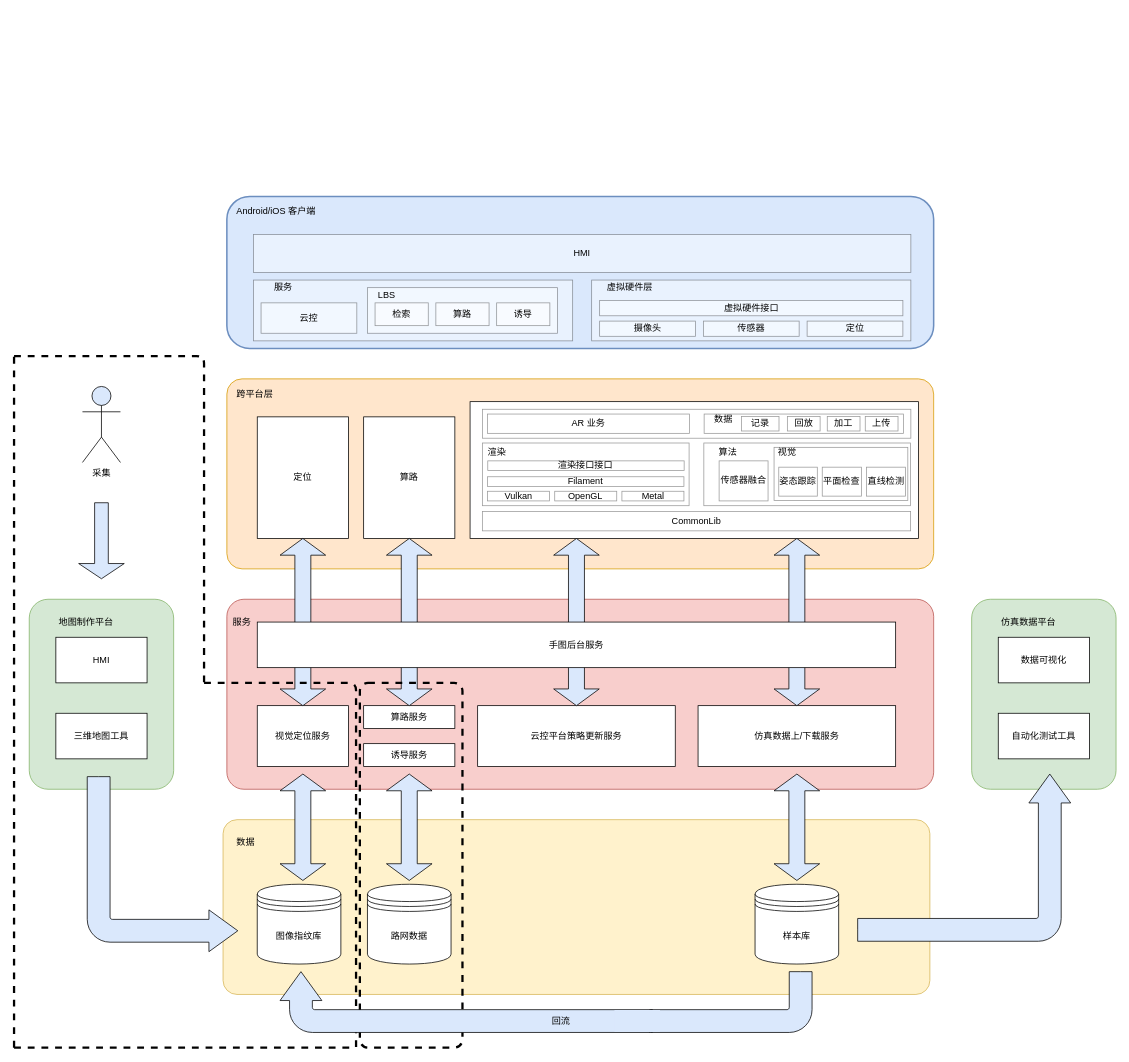
This is page "主框架V2" (2 of 18) of AR 客户端架构.drawio from wangziji/graphics, a draw.io file, before an edit. Source tidied: cells renumbered, new cells numbered last; positions are measured from the earlier drawing's top-left corner, leaving out a move shared by most shapes. Both pictures are drawn from the tidied source at 76%, with x=0, y=0 at pixel (14, 196).
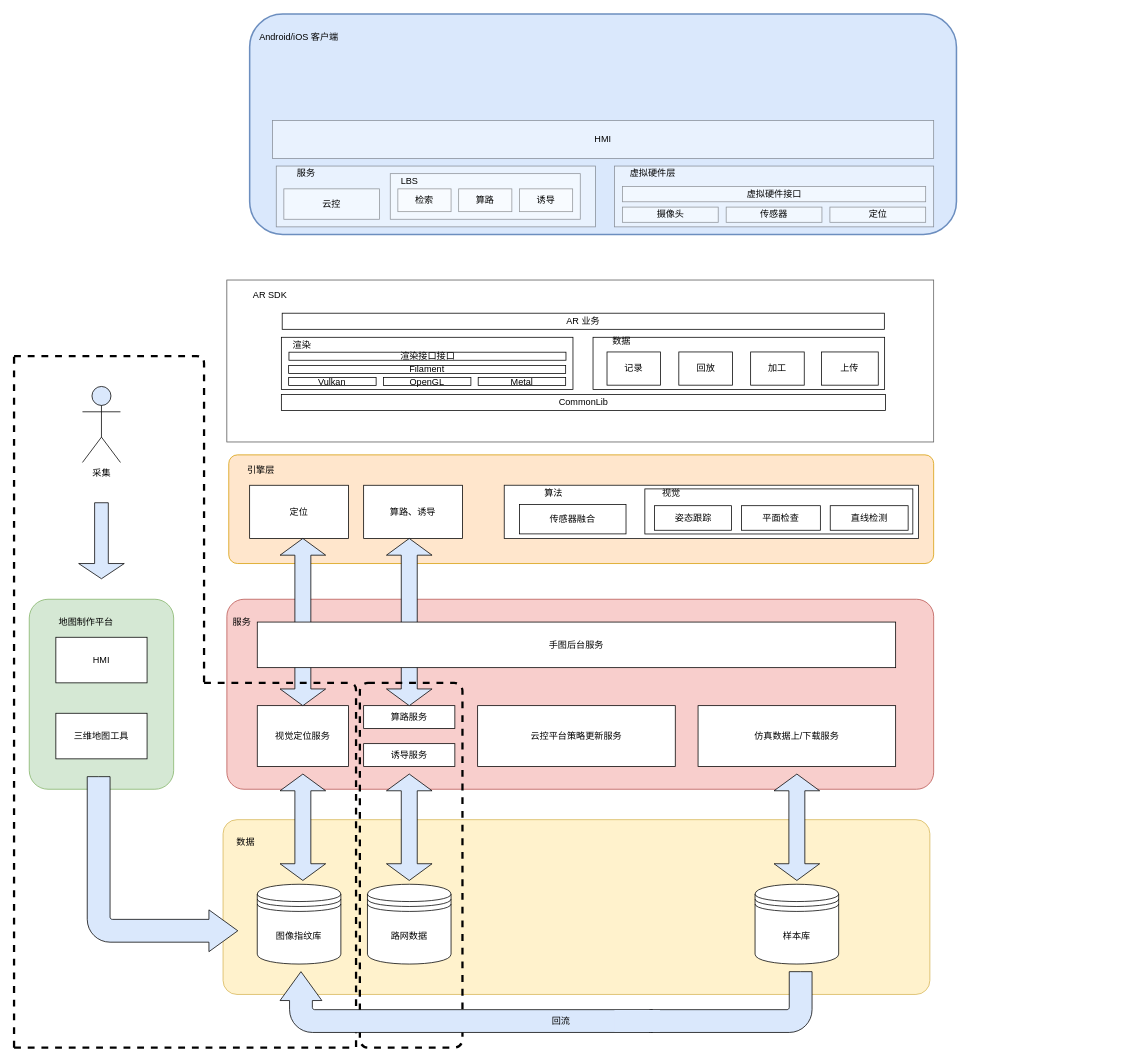
The same page after the edit.

Commit message:
Update AR 客户端架构.drawio

Diff of the diagram source:
```diff
@@
     <mxCell id="2" style="rounded=1;whiteSpace=wrap;html=1;fillColor=#ffe6cc;strokeColor=#d79b00;arcSize=8;" parent="1" vertex="1">
-      <mxGeometry x="280" y="240" width="930" height="250" as="geometry" />
+      <mxGeometry x="282.5" y="340" width="927.5" height="143" as="geometry" />
     </mxCell>
     <mxCell id="3" value="定位" style="rounded=0;whiteSpace=wrap;html=1;" parent="1" vertex="1">
-      <mxGeometry x="320" y="290" width="120" height="160" as="geometry" />
+      <mxGeometry x="310" y="380" width="130" height="70" as="geometry" />
     </mxCell>
-    <mxCell id="4" value="算路" style="rounded=0;whiteSpace=wrap;html=1;" parent="1" vertex="1">
-      <mxGeometry x="460" y="290" width="120" height="160" as="geometry" />
+    <mxCell id="4" value="算路、诱导" style="rounded=0;whiteSpace=wrap;html=1;" parent="1" vertex="1">
+      <mxGeometry x="460" y="380" width="130" height="70" as="geometry" />
     </mxCell>
-    <mxCell id="5" value="跨平台层" style="text;html=1;strokeColor=none;fillColor=none;align=center;verticalAlign=middle;whiteSpace=wrap;rounded=0;" parent="1" vertex="1">
-      <mxGeometry x="284" y="250" width="66" height="20" as="geometry" />
+    <mxCell id="5" value="引擎层" style="text;html=1;strokeColor=none;fillColor=none;align=center;verticalAlign=middle;whiteSpace=wrap;rounded=0;" parent="1" vertex="1">
+      <mxGeometry x="300" y="350" width="50" height="20" as="geometry" />
     </mxCell>
@@
-    <mxCell id="23" style="rounded=1;whiteSpace=wrap;html=1;strokeColor=#82b366;fillColor=#d5e8d4;arcSize=13;" parent="1" vertex="1">
-      <mxGeometry x="1260" y="530" width="190" height="250" as="geometry" />
-    </mxCell>
-    <mxCell id="24" value="仿真数据平台" style="text;html=1;strokeColor=none;fillColor=none;align=center;verticalAlign=middle;whiteSpace=wrap;rounded=0;" parent="1" vertex="1">
-      <mxGeometry x="1295" y="550" width="80" height="20" as="geometry" />
-    </mxCell>
-    <mxCell id="25" value="数据可视化" style="rounded=0;whiteSpace=wrap;html=1;" parent="1" vertex="1">
-      <mxGeometry x="1295" y="580" width="120" height="60" as="geometry" />
-    </mxCell>
-    <mxCell id="26" value="自动化测试工具" style="rounded=0;whiteSpace=wrap;html=1;" parent="1" vertex="1">
-      <mxGeometry x="1295" y="680" width="120" height="60" as="geometry" />
-    </mxCell>
@@
-    <mxCell id="29" style="html=1;shadow=0;dashed=0;align=center;verticalAlign=middle;shape=mxgraph.arrows2.twoWayArrow;dy=0.65;dx=22;strokeColor=#000000;fillColor=#DAE8FC;rotation=90;" parent="1" vertex="1">
-      <mxGeometry x="630" y="530" width="220" height="60" as="geometry" />
-    </mxCell>
-    <mxCell id="30" style="html=1;shadow=0;dashed=0;align=center;verticalAlign=middle;shape=mxgraph.arrows2.twoWayArrow;dy=0.65;dx=22;strokeColor=#000000;fillColor=#DAE8FC;rotation=90;" parent="1" vertex="1">
-      <mxGeometry x="920" y="530" width="220" height="60" as="geometry" />
-    </mxCell>
@@
-    <mxCell id="37" style="html=1;shadow=0;dashed=0;align=center;verticalAlign=middle;shape=mxgraph.arrows2.bendArrow;dy=15;dx=38;notch=0;arrowHead=55;rounded=1;strokeColor=#000000;fillColor=#DAE8FC;rotation=0;direction=north;flipH=1;" parent="1" vertex="1">
-      <mxGeometry x="1110" y="760" width="280.3" height="220" as="geometry" />
-    </mxCell>
@@
     <mxCell id="43" style="rounded=1;whiteSpace=wrap;html=1;strokeWidth=2;fillColor=#DAE8FC;strokeColor=#6c8ebf;" parent="1" vertex="1">
-      <mxGeometry x="280" width="930" height="200" as="geometry" />
+      <mxGeometry x="310" y="-240" width="930" height="290" as="geometry" />
     </mxCell>
     <mxCell id="44" value="Android/iOS 客户端" style="text;html=1;strokeColor=none;fillColor=none;align=center;verticalAlign=middle;whiteSpace=wrap;rounded=0;" parent="1" vertex="1">
-      <mxGeometry x="290" y="10" width="110" height="20" as="geometry" />
+      <mxGeometry x="320" y="-220" width="110" height="20" as="geometry" />
     </mxCell>
-    <mxCell id="45" value="HMI" style="rounded=0;whiteSpace=wrap;html=1;strokeWidth=1;opacity=40;" parent="1" vertex="1">
-      <mxGeometry x="315" y="50" width="865" height="50" as="geometry" />
+    <mxCell id="45" value="HMI" style="rounded=0;whiteSpace=wrap;html=1;strokeWidth=1;opacity=40;fillColor=#FFFFFF;" parent="1" vertex="1">
+      <mxGeometry x="340" y="-100" width="870" height="50" as="geometry" />
     </mxCell>
@@
     <mxCell id="51" style="group;" parent="1" vertex="1">
-      <mxGeometry x="760" y="110" width="420" height="80" as="geometry" />
+      <mxGeometry x="790" y="-40" width="420" height="80" as="geometry" />
     </mxCell>
@@
     <mxCell id="58" style="group;" parent="1" vertex="1">
-      <mxGeometry x="315" y="110" width="420" height="80" as="geometry" />
+      <mxGeometry x="345" y="-40" width="420" height="80" as="geometry" />
     </mxCell>
@@
+    <mxCell id="96" style="group;fillColor=#ffffff;strokeColor=#000000;" parent="1" vertex="1">
+      <mxGeometry x="645" y="380" width="545" height="70" as="geometry" />
+    </mxCell>
+    <mxCell id="97" style="rounded=0;whiteSpace=wrap;html=1;strokeWidth=1;opacity=40;" parent="96" vertex="1">
+      <mxGeometry width="545" height="70" as="geometry" />
+    </mxCell>
+    <mxCell id="98" style="rounded=0;whiteSpace=wrap;html=1;strokeWidth=1;" parent="96" vertex="1">
+      <mxGeometry x="185" y="4.8" width="352.6" height="59.3" as="geometry" />
+    </mxCell>
+    <mxCell id="90" value="算法" style="text;html=1;strokeColor=none;fillColor=none;align=center;verticalAlign=middle;whiteSpace=wrap;rounded=0;opacity=40;" parent="96" vertex="1">
+      <mxGeometry x="13.6" y="5.4" width="102.2" height="10.8" as="geometry" />
+    </mxCell>
+    <mxCell id="92" value="姿态跟踪" style="rounded=0;whiteSpace=wrap;html=1;strokeWidth=1;" parent="96" vertex="1">
+      <mxGeometry x="197.6" y="26.9" width="101.5" height="32.3" as="geometry" />
+    </mxCell>
+    <mxCell id="93" value="平面检查" style="rounded=0;whiteSpace=wrap;html=1;strokeWidth=1;" parent="96" vertex="1">
+      <mxGeometry x="312.1" y="26.9" width="103.8" height="32.3" as="geometry" />
+    </mxCell>
+    <mxCell id="94" value="直线检测" style="rounded=0;whiteSpace=wrap;html=1;strokeWidth=1;" parent="96" vertex="1">
+      <mxGeometry x="428.9" y="26.9" width="102.5" height="32.3" as="geometry" />
+    </mxCell>
+    <mxCell id="95" value="视觉" style="text;html=1;strokeColor=none;fillColor=none;align=center;verticalAlign=middle;whiteSpace=wrap;rounded=0;opacity=40;" parent="96" vertex="1">
+      <mxGeometry x="169.3" y="5.4" width="102.2" height="10.8" as="geometry" />
+    </mxCell>
+    <mxCell id="91" value="传感器融合" style="rounded=0;whiteSpace=wrap;html=1;strokeWidth=1;perimeterSpacing=1;" parent="96" vertex="1">
+      <mxGeometry x="20" y="25.4" width="140.2" height="38.6" as="geometry" />
+    </mxCell>
+    <mxCell id="99" style="group;fillColor=#ffffff;opacity=40;strokeColor=#000000;" parent="1" vertex="1">
+      <mxGeometry x="280" y="110" width="930" height="213" as="geometry" />
+    </mxCell>
+    <mxCell id="100" style="rounded=1;whiteSpace=wrap;html=1;arcSize=0;opacity=40;fillColor=#FFFFFF;" parent="99" vertex="1">
+      <mxGeometry width="930" height="213" as="geometry" />
+    </mxCell>
-    <mxCell id="67" style="group;" parent="1" vertex="1">
-      <mxGeometry x="600" y="270" width="590" height="180" as="geometry" />
+    <mxCell id="67" style="group;" parent="99" vertex="1">
+      <mxGeometry x="48.9" y="30" width="832.1" height="150" as="geometry" />
     </mxCell>
-    <mxCell id="68" style="rounded=0;whiteSpace=wrap;html=1;" parent="67" vertex="1">
-      <mxGeometry width="590" height="180" as="geometry" />
-    </mxCell>
     <mxCell id="69" style="group;" parent="67" vertex="1">
-      <mxGeometry x="10" y="10" width="570" height="160" as="geometry" />
+      <mxGeometry x="14.1" y="8.3" width="803.9" height="133.3" as="geometry" />
     </mxCell>
-    <mxCell id="70" style="rounded=0;whiteSpace=wrap;html=1;strokeWidth=1;opacity=40;" parent="69" vertex="1">
-      <mxGeometry x="297.6" y="44.4" width="272" height="82.5" as="geometry" />
-    </mxCell>
-    <mxCell id="71" style="rounded=0;whiteSpace=wrap;html=1;strokeWidth=1;opacity=40;" parent="69" vertex="1">
-      <mxGeometry x="390" y="50.1" width="176" height="69.9" as="geometry" />
-    </mxCell>
+    <mxCell id="101" style="rounded=0;whiteSpace=wrap;html=1;strokeWidth=1;" parent="69" vertex="1">
+      <mxGeometry x="418.8" y="37" width="383.7" height="68.8" as="geometry" />
+    </mxCell>
-    <mxCell id="72" value="CommonLib" style="rounded=0;whiteSpace=wrap;html=1;strokeWidth=1;opacity=40;" parent="69" vertex="1">
-      <mxGeometry x="6.2" y="134.6" width="563.5" height="25.4" as="geometry" />
+    <mxCell id="72" value="CommonLib" style="rounded=0;whiteSpace=wrap;html=1;strokeWidth=1;" parent="69" vertex="1">
+      <mxGeometry x="8.7" y="112.2" width="794.8" height="21.2" as="geometry" />
     </mxCell>
     <mxCell id="73" style="group;" parent="69" vertex="1">
-      <mxGeometry y="44.4" width="278.2" height="82.5" as="geometry" />
+      <mxGeometry y="37" width="392.4" height="68.8" as="geometry" />
     </mxCell>
-    <mxCell id="74" style="rounded=0;whiteSpace=wrap;html=1;strokeWidth=1;opacity=40;" parent="73" vertex="1">
-      <mxGeometry x="6.2" width="272" height="82.5" as="geometry" />
+    <mxCell id="74" style="rounded=0;whiteSpace=wrap;html=1;strokeWidth=1;" parent="73" vertex="1">
+      <mxGeometry x="8.7" width="383.7" height="68.8" as="geometry" />
     </mxCell>
     <mxCell id="75" value="渲染" style="text;html=1;strokeColor=none;fillColor=none;align=center;verticalAlign=middle;whiteSpace=wrap;rounded=0;opacity=40;" parent="73" vertex="1">
-      <mxGeometry y="6.3" width="51" height="12.7" as="geometry" />
+      <mxGeometry y="5.3" width="71.9" height="10.6" as="geometry" />
     </mxCell>
-    <mxCell id="76" value="渲染接口接口" style="rounded=0;whiteSpace=wrap;html=1;strokeWidth=1;opacity=40;" parent="73" vertex="1">
-      <mxGeometry x="13.3" y="23.5" width="258.4" height="12.7" as="geometry" />
+    <mxCell id="76" value="渲染接口接口" style="rounded=0;whiteSpace=wrap;html=1;strokeWidth=1;" parent="73" vertex="1">
+      <mxGeometry x="18.7" y="19.6" width="364.5" height="10.6" as="geometry" />
     </mxCell>
-    <mxCell id="77" value="Vulkan" style="rounded=0;whiteSpace=wrap;html=1;strokeWidth=1;opacity=40;" parent="73" vertex="1">
-      <mxGeometry x="13" y="63.5" width="81.6" height="12.7" as="geometry" />
+    <mxCell id="77" value="Vulkan" style="rounded=0;whiteSpace=wrap;html=1;strokeWidth=1;" parent="73" vertex="1">
+      <mxGeometry x="18.3" y="52.9" width="115.1" height="10.6" as="geometry" />
     </mxCell>
-    <mxCell id="78" value="OpenGL" style="rounded=0;whiteSpace=wrap;html=1;strokeWidth=1;opacity=40;" parent="73" vertex="1">
-      <mxGeometry x="101.4" y="63.5" width="81.6" height="12.7" as="geometry" />
+    <mxCell id="78" value="OpenGL" style="rounded=0;whiteSpace=wrap;html=1;strokeWidth=1;" parent="73" vertex="1">
+      <mxGeometry x="143" y="52.9" width="115.1" height="10.6" as="geometry" />
     </mxCell>
-    <mxCell id="79" value="Metal" style="rounded=0;whiteSpace=wrap;html=1;strokeWidth=1;opacity=40;" parent="73" vertex="1">
-      <mxGeometry x="189.8" y="63.5" width="81.6" height="12.7" as="geometry" />
+    <mxCell id="79" value="Metal" style="rounded=0;whiteSpace=wrap;html=1;strokeWidth=1;" parent="73" vertex="1">
+      <mxGeometry x="267.7" y="52.9" width="115.1" height="10.6" as="geometry" />
     </mxCell>
-    <mxCell id="80" value="Filament" style="rounded=0;whiteSpace=wrap;html=1;strokeWidth=1;opacity=40;" parent="73" vertex="1">
-      <mxGeometry x="13" y="44.4" width="258.4" height="12.7" as="geometry" />
+    <mxCell id="80" value="Filament" style="rounded=0;whiteSpace=wrap;html=1;strokeWidth=1;" parent="73" vertex="1">
+      <mxGeometry x="18.3" y="37" width="364.5" height="10.6" as="geometry" />
     </mxCell>
     <mxCell id="81" style="group;" parent="69" vertex="1">
-      <mxGeometry x="6.5" width="563.5" height="38.1" as="geometry" />
+      <mxGeometry x="9.1" width="794.8" height="31.7" as="geometry" />
     </mxCell>
-    <mxCell id="82" style="rounded=0;whiteSpace=wrap;html=1;strokeWidth=1;opacity=40;" parent="81" vertex="1">
-      <mxGeometry width="563.5" height="38.1" as="geometry" />
-    </mxCell>
-    <mxCell id="83" value="AR 业务" style="rounded=0;whiteSpace=wrap;html=1;strokeWidth=1;opacity=40;" parent="81" vertex="1">
-      <mxGeometry x="6.5" y="6.3" width="265.6" height="25.4" as="geometry" />
+    <mxCell id="83" value="AR 业务" style="rounded=0;whiteSpace=wrap;html=1;strokeWidth=1;" parent="81" vertex="1">
+      <mxGeometry x="0.7" y="5.3" width="792.3" height="21.2" as="geometry" />
     </mxCell>
-    <mxCell id="84" style="rounded=0;whiteSpace=wrap;html=1;strokeWidth=1;opacity=40;" parent="81" vertex="1">
-      <mxGeometry x="291.5" y="6.3" width="262.2" height="25.4" as="geometry" />
-    </mxCell>
-    <mxCell id="85" value="数据" style="text;html=1;strokeColor=none;fillColor=none;align=center;verticalAlign=middle;whiteSpace=wrap;rounded=0;opacity=40;" parent="81" vertex="1">
-      <mxGeometry x="291.5" y="6.3" width="51" height="12.7" as="geometry" />
+    <mxCell id="85" value="数据" style="text;html=1;strokeColor=none;fillColor=none;align=center;verticalAlign=middle;whiteSpace=wrap;rounded=0;opacity=40;" parent="69" vertex="1">
+      <mxGeometry x="418.8" y="37" width="74.9" height="12.2" as="geometry" />
     </mxCell>
-    <mxCell id="86" value="记录" style="rounded=0;whiteSpace=wrap;html=1;strokeWidth=1;opacity=40;" parent="81" vertex="1">
-      <mxGeometry x="340.5" y="9.5" width="49.5" height="19.1" as="geometry" />
+    <mxCell id="86" value="记录" style="rounded=0;whiteSpace=wrap;html=1;strokeWidth=1;" parent="69" vertex="1">
+      <mxGeometry x="437.2" y="56.3" width="70.5" height="43.7" as="geometry" />
     </mxCell>
-    <mxCell id="87" value="回放" style="rounded=0;whiteSpace=wrap;html=1;strokeWidth=1;opacity=40;" parent="81" vertex="1">
-      <mxGeometry x="401" y="9.5" width="43.1" height="19.1" as="geometry" />
+    <mxCell id="87" value="回放" style="rounded=0;whiteSpace=wrap;html=1;strokeWidth=1;" parent="69" vertex="1">
+      <mxGeometry x="531.7" y="56.3" width="70.5" height="43.7" as="geometry" />
     </mxCell>
-    <mxCell id="88" value="加工" style="rounded=0;whiteSpace=wrap;html=1;strokeWidth=1;opacity=40;" parent="81" vertex="1">
-      <mxGeometry x="453.5" y="9.5" width="43.1" height="19.1" as="geometry" />
+    <mxCell id="88" value="加工" style="rounded=0;whiteSpace=wrap;html=1;strokeWidth=1;" parent="69" vertex="1">
+      <mxGeometry x="626.2" y="56.3" width="70.5" height="43.7" as="geometry" />
     </mxCell>
-    <mxCell id="89" value="上传" style="rounded=0;whiteSpace=wrap;html=1;strokeWidth=1;opacity=40;" parent="81" vertex="1">
-      <mxGeometry x="503.5" y="9.5" width="43.1" height="19.1" as="geometry" />
+    <mxCell id="89" value="上传" style="rounded=0;whiteSpace=wrap;html=1;strokeWidth=1;" parent="69" vertex="1">
+      <mxGeometry x="719.3" y="56.3" width="74.8" height="43.7" as="geometry" />
     </mxCell>
-    <mxCell id="90" value="算法" style="text;html=1;strokeColor=none;fillColor=none;align=center;verticalAlign=middle;whiteSpace=wrap;rounded=0;opacity=40;" parent="69" vertex="1">
-      <mxGeometry x="304.4" y="50.8" width="51" height="12.7" as="geometry" />
-    </mxCell>
-    <mxCell id="91" value="传感器融合" style="rounded=0;whiteSpace=wrap;html=1;strokeWidth=1;opacity=40;" parent="69" vertex="1">
-      <mxGeometry x="317.7" y="67.9" width="64.4" height="52.7" as="geometry" />
-    </mxCell>
-    <mxCell id="92" value="姿态跟踪" style="rounded=0;whiteSpace=wrap;html=1;strokeWidth=1;opacity=40;" parent="69" vertex="1">
-      <mxGeometry x="396.2" y="76.2" width="50.7" height="38.1" as="geometry" />
-    </mxCell>
-    <mxCell id="93" value="平面检查" style="rounded=0;whiteSpace=wrap;html=1;strokeWidth=1;opacity=40;" parent="69" vertex="1">
-      <mxGeometry x="453.4" y="76.2" width="51.8" height="38.1" as="geometry" />
-    </mxCell>
-    <mxCell id="94" value="直线检测" style="rounded=0;whiteSpace=wrap;html=1;strokeWidth=1;opacity=40;" parent="69" vertex="1">
-      <mxGeometry x="511.7" y="76.2" width="51.2" height="38.1" as="geometry" />
-    </mxCell>
-    <mxCell id="95" value="视觉" style="text;html=1;strokeColor=none;fillColor=none;align=center;verticalAlign=middle;whiteSpace=wrap;rounded=0;opacity=40;" parent="69" vertex="1">
-      <mxGeometry x="382.2" y="50.8" width="51" height="12.7" as="geometry" />
-    </mxCell>
+    <mxCell id="102" value="AR SDK" style="text;html=1;strokeColor=none;fillColor=none;align=center;verticalAlign=middle;whiteSpace=wrap;rounded=0;" parent="99" vertex="1">
+      <mxGeometry x="16.3" y="10" width="81.6" height="20" as="geometry" />
+    </mxCell>
```
